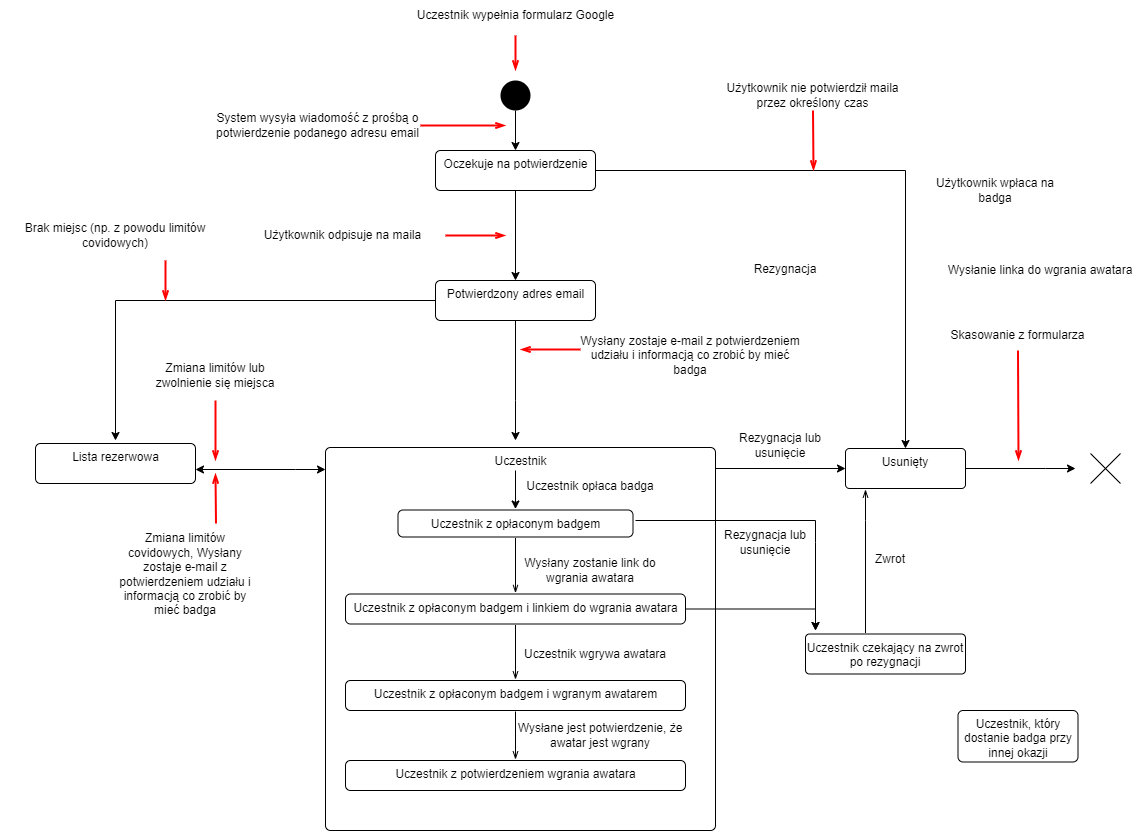
The draw.io diagram venv/Utility Files/Registration state diagram.png in PPopielarski/PFWRegistration, before a commit. Source tidied: cells renumbered, new cells last; positions are measured from the earlier drawing's top-left corner, leaving out a move shared by most shapes.
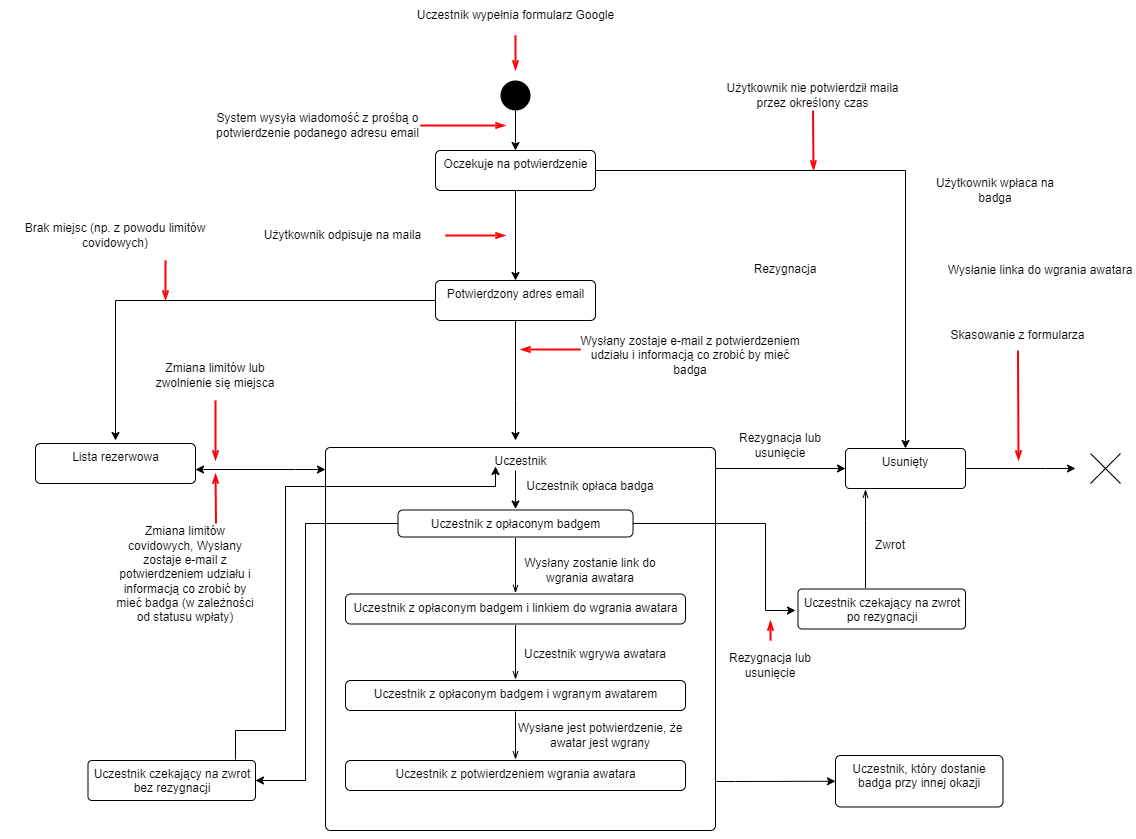
Later version of the same file.

The edit, as a diff of the source:
```diff
@@ -30,6 +30,14 @@
         </Array>
       </mxGeometry>
     </mxCell>
+    <mxCell id="59" style="edgeStyle=orthogonalEdgeStyle;rounded=0;jettySize=auto;html=1;startArrow=none;startFill=0;endArrow=classic;endFill=1;sourcePerimeterSpacing=1;targetPerimeterSpacing=1;entryX=0;entryY=0.5;entryDx=0;entryDy=0;" parent="1" edge="1" source="8" target="47">
+      <mxGeometry relative="1" as="geometry">
+        <Array as="points">
+          <mxPoint x="735" y="781" />
+          <mxPoint x="735" y="781" />
+        </Array>
+      </mxGeometry>
+    </mxCell>
     <mxCell id="8" value="Uczestnik" style="html=1;align=center;verticalAlign=top;rounded=1;absoluteArcSize=1;arcSize=10;dashed=0;" parent="1" vertex="1">
       <mxGeometry x="325" y="447" width="390" height="383" as="geometry" />
     </mxCell>
@@ -162,7 +170,7 @@
         </Array>
       </mxGeometry>
     </mxCell>
-    <mxCell id="35" value="Zmiana limitów covidowych, Wysłany zostaje e-mail z potwierdzeniem udziału i informacją co zrobić by mieć badga" style="text;html=1;strokeColor=none;fillColor=none;align=center;verticalAlign=middle;whiteSpace=wrap;rounded=0;" parent="1" vertex="1">
+    <mxCell id="35" value="Zmiana limitów covidowych, Wysłany zostaje e-mail z potwierdzeniem udziału i informacją co zrobić by mieć badga (w zależności od statusu wpłaty)" style="text;html=1;strokeColor=none;fillColor=none;align=center;verticalAlign=middle;whiteSpace=wrap;rounded=0;" parent="1" vertex="1">
       <mxGeometry x="115" y="513.5" width="140" height="120" as="geometry" />
     </mxCell>
     <mxCell id="36" style="edgeStyle=elbowEdgeStyle;fontSize=12;html=1;endFill=0;startFill=0;endSize=6;startSize=6;endArrow=openThin;startArrow=none;rounded=0;strokeWidth=2;strokeColor=#FF0000;" parent="1" edge="1">
@@ -191,11 +199,6 @@
     <mxCell id="41" style="edgeStyle=orthogonalEdgeStyle;rounded=0;jettySize=auto;html=1;startArrow=none;startFill=0;endArrow=openThin;endFill=0;sourcePerimeterSpacing=1;targetPerimeterSpacing=1;" parent="1" edge="1" source="43" target="50">
       <mxGeometry relative="1" as="geometry" />
     </mxCell>
-    <mxCell id="42" style="edgeStyle=orthogonalEdgeStyle;rounded=0;jettySize=auto;html=1;startArrow=none;startFill=0;endArrow=classic;endFill=1;sourcePerimeterSpacing=1;targetPerimeterSpacing=1;" parent="1" edge="1" source="43">
-      <mxGeometry relative="1" as="geometry">
-        <mxPoint x="815" y="630" as="targetPoint" />
-      </mxGeometry>
-    </mxCell>
     <mxCell id="43" value="&lt;div&gt;Uczestnik z opłaconym badgem i linkiem do wgrania awatara&lt;/div&gt;" style="html=1;align=center;verticalAlign=top;rounded=1;absoluteArcSize=1;arcSize=10;dashed=0;" parent="1" vertex="1">
       <mxGeometry x="345" y="593.5" width="340" height="30" as="geometry" />
     </mxCell>
@@ -208,13 +211,13 @@
       </mxGeometry>
     </mxCell>
     <mxCell id="45" value="Uczestnik czekający na zwrot po rezygnacji" style="whiteSpace=wrap;html=1;verticalAlign=top;fillColor=rgb(255, 255, 255);strokeColor=rgb(0, 0, 0);fontColor=rgb(0, 0, 0);rounded=1;arcSize=10;dashed=0;" parent="1" vertex="1">
-      <mxGeometry x="805" y="633.5" width="160" height="40" as="geometry" />
+      <mxGeometry x="797.5" y="588.5" width="167.5" height="40" as="geometry" />
     </mxCell>
     <mxCell id="46" value="Zwrot" style="text;html=1;strokeColor=none;fillColor=none;align=center;verticalAlign=middle;whiteSpace=wrap;rounded=0;" parent="1" vertex="1">
-      <mxGeometry x="815" y="550" width="150" height="17" as="geometry" />
+      <mxGeometry x="815" y="536.5" width="150" height="17" as="geometry" />
     </mxCell>
     <mxCell id="47" value="Uczestnik, który dostanie badga przy innej okazji" style="whiteSpace=wrap;html=1;verticalAlign=top;fillColor=rgb(255, 255, 255);strokeColor=rgb(0, 0, 0);fontColor=rgb(0, 0, 0);rounded=1;arcSize=10;dashed=0;" parent="1" vertex="1">
-      <mxGeometry x="957.5" y="710" width="120" height="51.5" as="geometry" />
+      <mxGeometry x="835" y="755" width="167.5" height="51.5" as="geometry" />
     </mxCell>
     <mxCell id="48" value="Wysłanie linka do wgrania awatara" style="text;html=1;strokeColor=none;fillColor=none;align=center;verticalAlign=middle;whiteSpace=wrap;rounded=0;" parent="1" vertex="1">
       <mxGeometry x="945" y="250" width="190" height="40" as="geometry" />
@@ -240,21 +243,46 @@
     <mxCell id="55" value="Uczestnik wgrywa awatara" style="text;html=1;strokeColor=none;fillColor=none;align=center;verticalAlign=middle;whiteSpace=wrap;rounded=0;" parent="1" vertex="1">
       <mxGeometry x="500" y="633.5" width="190" height="40" as="geometry" />
     </mxCell>
-    <mxCell id="56" style="edgeStyle=orthogonalEdgeStyle;rounded=0;orthogonalLoop=1;jettySize=auto;html=1;startArrow=none;startFill=0;endArrow=classic;endFill=1;sourcePerimeterSpacing=1;targetPerimeterSpacing=1;" parent="1" edge="1">
-      <mxGeometry relative="1" as="geometry">
-        <mxPoint x="635" y="520" as="sourcePoint" />
-        <mxPoint x="815" y="630" as="targetPoint" />
-        <Array as="points">
-          <mxPoint x="815" y="520" />
-          <mxPoint x="815" y="542" />
-        </Array>
-      </mxGeometry>
-    </mxCell>
+    <mxCell id="58" value="Rezygnacja lub usunięcie" style="text;html=1;strokeColor=none;fillColor=none;align=center;verticalAlign=middle;whiteSpace=wrap;rounded=0;" parent="1" vertex="1">
+      <mxGeometry x="725" y="420" width="110" height="50.5" as="geometry" />
+    </mxCell>
     <mxCell id="57" value="Rezygnacja lub usunięcie" style="text;html=1;strokeColor=none;fillColor=none;align=center;verticalAlign=middle;whiteSpace=wrap;rounded=0;" parent="1" vertex="1">
-      <mxGeometry x="710" y="516.5" width="110" height="50.5" as="geometry" />
+      <mxGeometry x="715" y="640" width="110" height="50.5" as="geometry" />
     </mxCell>
-    <mxCell id="58" value="Rezygnacja lub usunięcie" style="text;html=1;strokeColor=none;fillColor=none;align=center;verticalAlign=middle;whiteSpace=wrap;rounded=0;" parent="1" vertex="1">
-      <mxGeometry x="725" y="420" width="110" height="50.5" as="geometry" />
-    </mxCell>
+    <mxCell id="60" style="edgeStyle=elbowEdgeStyle;fontSize=12;html=1;endFill=0;startFill=0;endSize=6;startSize=6;endArrow=openThin;startArrow=none;rounded=0;exitX=0.5;exitY=0;exitDx=0;exitDy=0;strokeWidth=2;strokeColor=#FF0000;" parent="1" edge="1" source="57">
+      <mxGeometry relative="1" as="geometry">
+        <mxPoint x="770" y="620" as="targetPoint" />
+      </mxGeometry>
+    </mxCell>
+    <mxCell id="61" style="edgeStyle=orthogonalEdgeStyle;rounded=0;jettySize=auto;html=1;startArrow=none;startFill=0;endArrow=classic;endFill=1;sourcePerimeterSpacing=1;targetPerimeterSpacing=1;entryX=0;entryY=0;entryDx=0;entryDy=0;" parent="1" edge="1" source="62" target="53">
+      <mxGeometry relative="1" as="geometry">
+        <Array as="points">
+          <mxPoint x="235" y="730" />
+          <mxPoint x="285" y="730" />
+          <mxPoint x="285" y="486" />
+          <mxPoint x="495" y="486" />
+        </Array>
+      </mxGeometry>
+    </mxCell>
+    <mxCell id="62" value="Uczestnik czekający na zwrot bez rezygnacji" style="whiteSpace=wrap;html=1;verticalAlign=top;fillColor=rgb(255, 255, 255);strokeColor=rgb(0, 0, 0);fontColor=rgb(0, 0, 0);rounded=1;arcSize=10;dashed=0;" parent="1" vertex="1">
+      <mxGeometry x="87.5" y="760" width="167.5" height="40" as="geometry" />
+    </mxCell>
+    <mxCell id="63" style="edgeStyle=orthogonalEdgeStyle;rounded=0;jettySize=auto;html=1;startArrow=none;startFill=0;endArrow=classic;endFill=1;sourcePerimeterSpacing=1;targetPerimeterSpacing=1;entryX=1;entryY=0.5;entryDx=0;entryDy=0;exitX=0;exitY=0.5;exitDx=0;exitDy=0;" parent="1" edge="1" source="40" target="62">
+      <mxGeometry relative="1" as="geometry">
+        <Array as="points">
+          <mxPoint x="305" y="523" />
+          <mxPoint x="305" y="780" />
+        </Array>
+      </mxGeometry>
+    </mxCell>
+    <mxCell id="64" style="edgeStyle=orthogonalEdgeStyle;rounded=0;jettySize=auto;html=1;startArrow=none;startFill=0;endArrow=classic;endFill=1;sourcePerimeterSpacing=1;targetPerimeterSpacing=1;exitX=1;exitY=0.5;exitDx=0;exitDy=0;" parent="1" edge="1" source="40">
+      <mxGeometry relative="1" as="geometry">
+        <mxPoint x="795" y="610" as="targetPoint" />
+        <Array as="points">
+          <mxPoint x="765" y="523" />
+          <mxPoint x="765" y="610" />
+        </Array>
+      </mxGeometry>
+    </mxCell>
   </root>
 </mxGraphModel>
```
